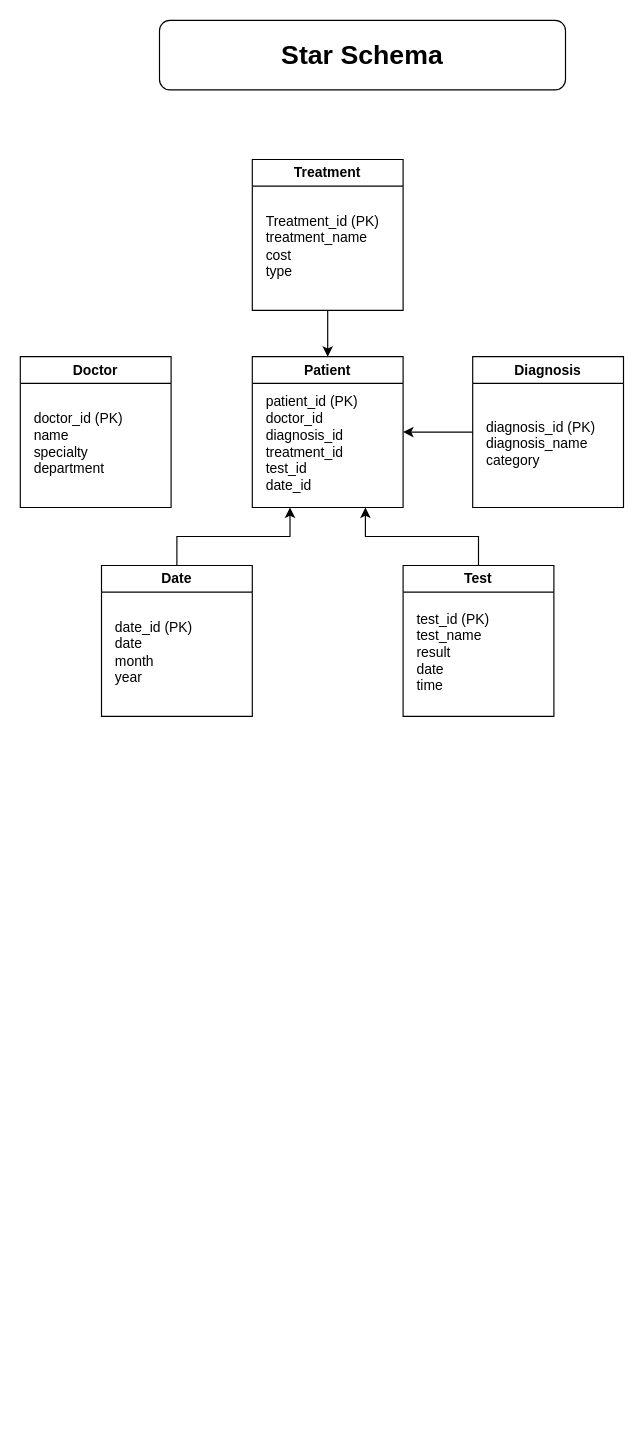
rubabzs/ai601-data-engineering keeps this draw.io diagram as labs/Group28_lab2.drawio. Above is the earlier version. Source tidied: cells renumbered, new cells numbered last; positions are measured from the earlier drawing's top-left corner, leaving out a move shared by most shapes. Both pictures are drawn from the tidied source at 116%, with x=0, y=0 at pixel (20, 20).
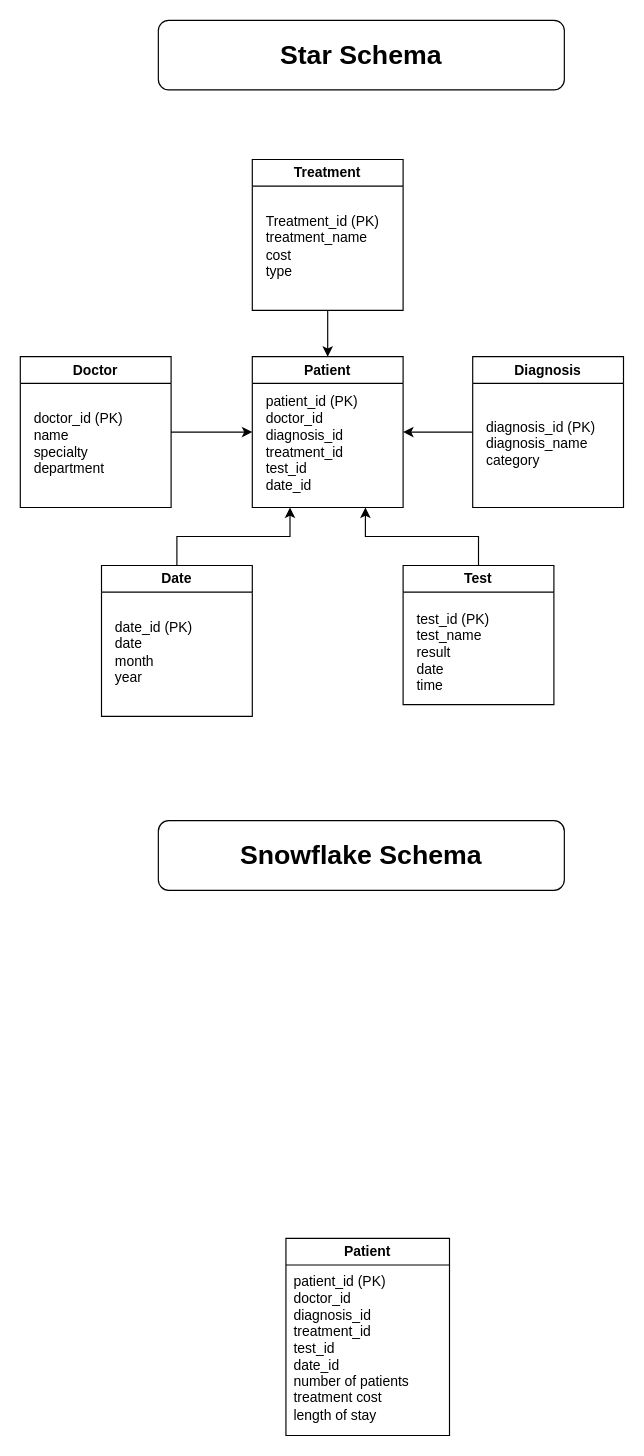
The same page after the edit.

The change refers to these unchanged cells:
```xml
<mxCell id="2" value="Patient" style="swimlane;whiteSpace=wrap;html=1;" parent="1" vertex="1">
  <mxGeometry x="200" y="290" width="130" height="130" as="geometry" />
</mxCell>
<mxCell id="4" value="Doctor" style="swimlane;whiteSpace=wrap;html=1;" parent="1" vertex="1">
  <mxGeometry y="290" width="130" height="130" as="geometry" />
</mxCell>
```

What changed in the source:
```diff
@@
+    <mxCell id="19" style="edgeStyle=orthogonalEdgeStyle;rounded=0;jettySize=auto;html=1;exitX=1;exitY=0.5;exitDx=0;exitDy=0;entryX=0;entryY=0.5;entryDx=0;entryDy=0;" parent="1" edge="1" source="4" target="2">
+      <mxGeometry relative="1" as="geometry" />
+    </mxCell>
@@
     <mxCell id="16" value="Test" style="swimlane;whiteSpace=wrap;html=1;" parent="1" vertex="1">
-      <mxGeometry x="330" y="470" width="130" height="130" as="geometry" />
+      <mxGeometry x="330" y="470" width="130" height="120" as="geometry" />
     </mxCell>
@@
     <mxCell id="18" value="&lt;b&gt;&lt;font style=&quot;font-size: 23px;&quot;&gt;Star Schema&lt;/font&gt;&lt;/b&gt;" style="rounded=1;whiteSpace=wrap;html=1;" parent="1" vertex="1">
-      <mxGeometry x="120" width="350" height="60" as="geometry" />
+      <mxGeometry x="119" width="350" height="60" as="geometry" />
     </mxCell>
+    <mxCell id="20" value="&lt;b&gt;&lt;font style=&quot;font-size: 23px;&quot;&gt;Snowflake Schema&lt;/font&gt;&lt;/b&gt;" style="rounded=1;whiteSpace=wrap;html=1;" parent="1" vertex="1">
+      <mxGeometry x="119" y="690" width="350" height="60" as="geometry" />
+    </mxCell>
+    <mxCell id="21" value="Patient" style="swimlane;whiteSpace=wrap;html=1;" parent="1" vertex="1">
+      <mxGeometry x="229" y="1050" width="141" height="170" as="geometry" />
+    </mxCell>
+    <mxCell id="22" value="patient_id (PK)&lt;div&gt;doctor_id&lt;/div&gt;&lt;div&gt;diagnosis_id&lt;/div&gt;&lt;div&gt;treatment_id&lt;/div&gt;&lt;div&gt;test_id&lt;/div&gt;&lt;div&gt;date_id&lt;/div&gt;&lt;div&gt;number of patients&lt;/div&gt;&lt;div&gt;treatment cost&lt;/div&gt;&lt;div&gt;length of stay&lt;/div&gt;" style="text;html=1;align=left;verticalAlign=middle;strokeColor=none;fillColor=none;" parent="21" vertex="1">
+      <mxGeometry x="5" y="25" width="120" height="140" as="geometry" />
+    </mxCell>
```
